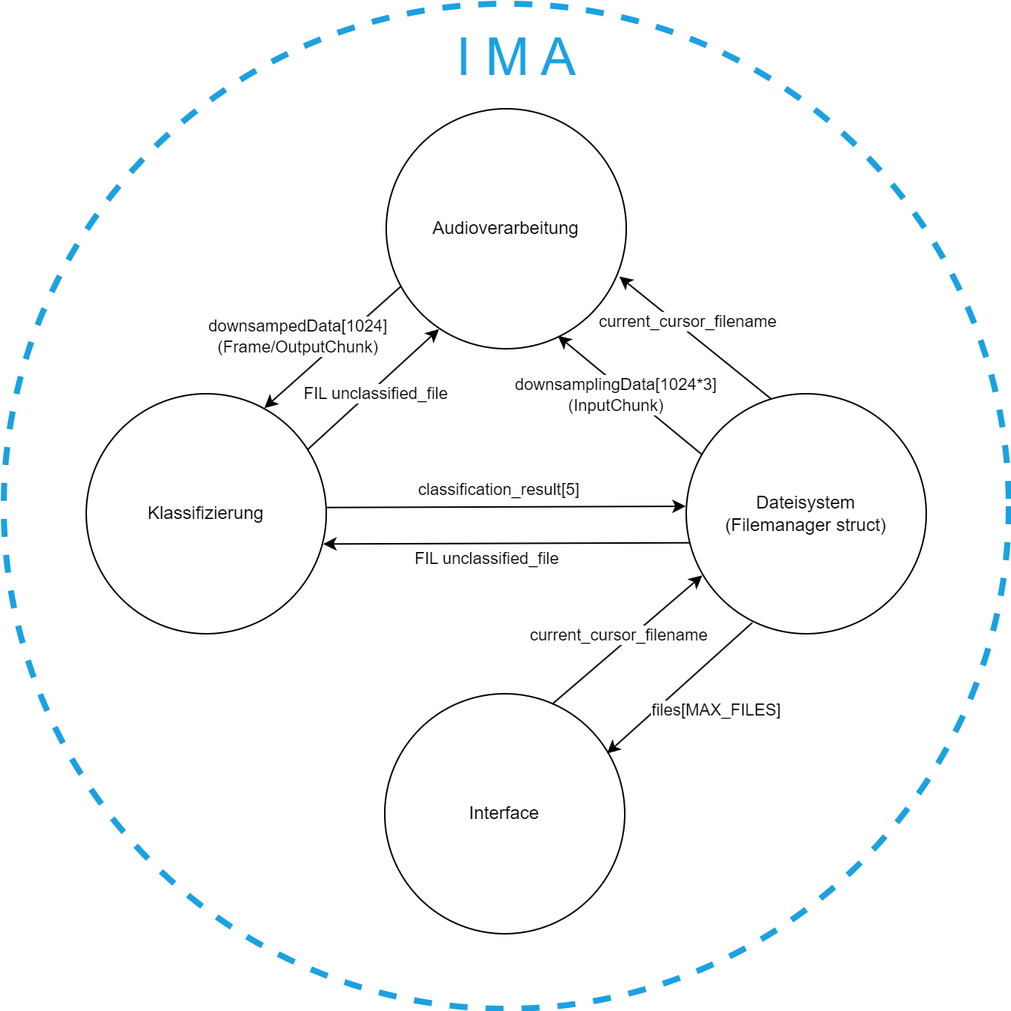
This is doc/tex/images/04_spezifikation/komponentendiagramm.drawio.png from Shimizip/Intelligent-Magic-Audio, a draw.io export, as it was before one commit. Source tidied: cells renumbered, new cells last; positions are measured from the earlier drawing's top-left corner, leaving out a move shared by most shapes.
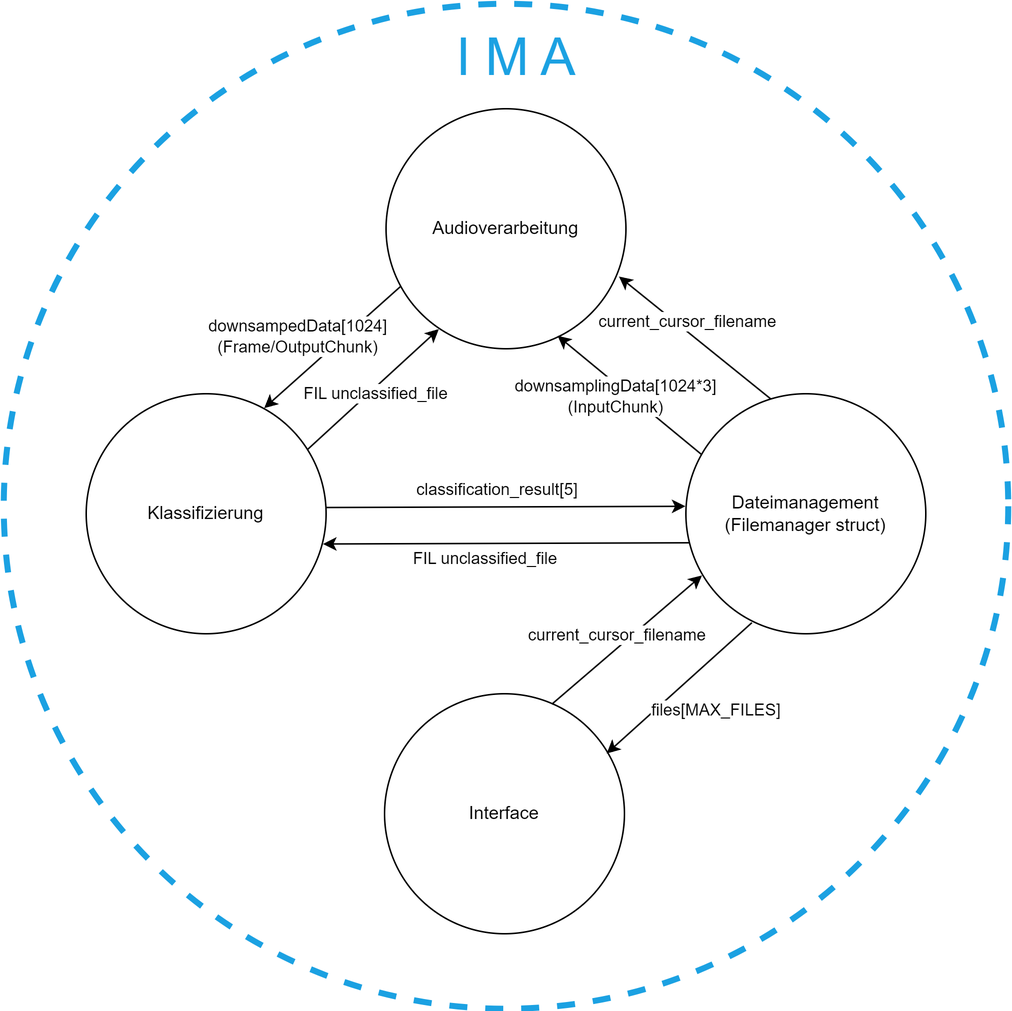
After the commit.

Diff of the diagram source:
```diff
@@ -46,7 +46,7 @@
         <mxPoint x="-44" y="-11" as="offset" />
       </mxGeometry>
     </mxCell>
-    <mxCell id="14" value="Dateisystem&lt;br&gt;(Filemanager struct)" style="ellipse;whiteSpace=wrap;html=1;" parent="1" vertex="1">
+    <mxCell id="14" value="Dateimanagement&lt;br&gt;(Filemanager struct)" style="ellipse;whiteSpace=wrap;html=1;" parent="1" vertex="1">
       <mxGeometry x="455" y="260" width="160" height="160" as="geometry" />
     </mxCell>
     <mxCell id="15" style="endArrow=classic;html=1;rounded=0;exitX=0.698;exitY=0.043;exitDx=0;exitDy=0;exitPerimeter=0;entryX=0.067;entryY=0.757;entryDx=0;entryDy=0;entryPerimeter=0;" parent="1" edge="1" source="5" target="14">
```
